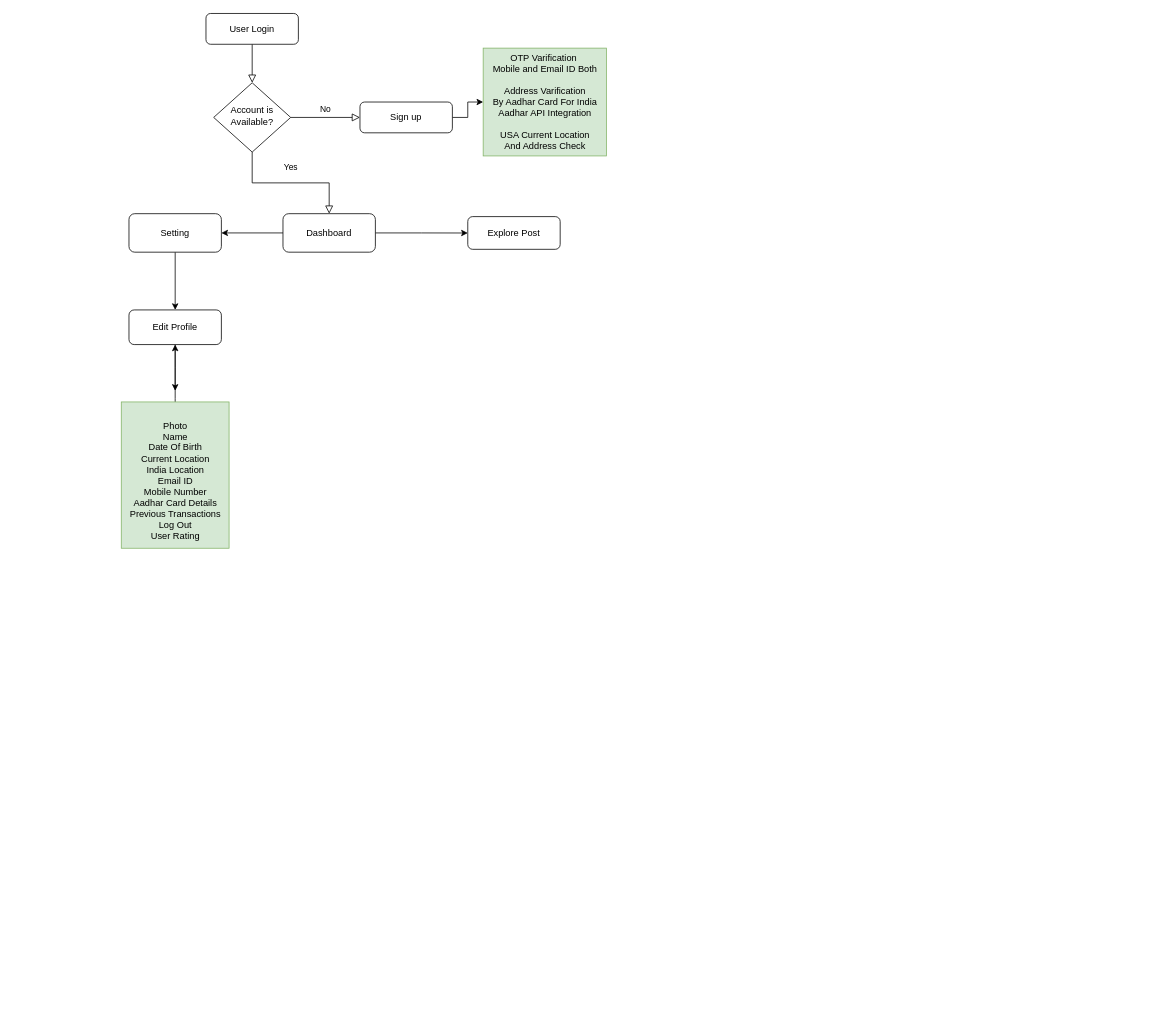
Earlier version of the draw.io diagram Untitled Diagram.drawio (rathod-dhruv/PakcagesForUnityMadeByMe). Source tidied: cells renumbered, new cells numbered last; positions are measured from the earlier drawing's top-left corner, leaving out a move shared by most shapes. Both pictures are drawn from the tidied source at 77%, with x=0, y=0 at pixel (121, 13).
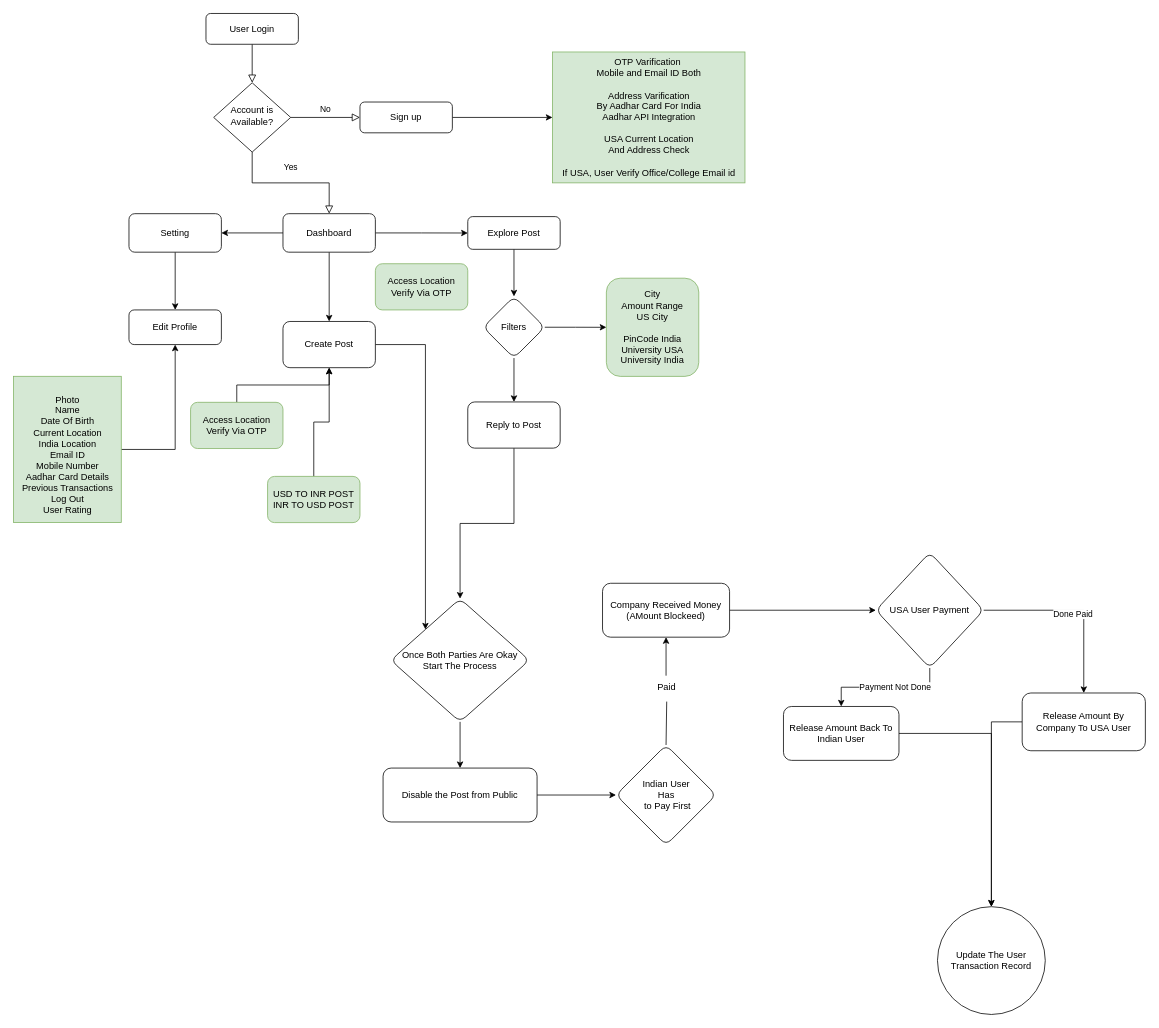
The same page after the edit.

The change refers to these unchanged cells:
```xml
<mxCell id="11" value="Dashboard" style="rounded=1;whiteSpace=wrap;html=1;" parent="1" vertex="1">
  <mxGeometry x="210" y="260" width="120" height="50" as="geometry" />
</mxCell>
<mxCell id="12" value="Explore Post" style="whiteSpace=wrap;html=1;rounded=1;" parent="1" vertex="1">
  <mxGeometry x="450" y="263.8" width="120" height="42.5" as="geometry" />
</mxCell>
<mxCell id="16" value="Edit Profile" style="whiteSpace=wrap;html=1;rounded=1;" parent="1" vertex="1">
  <mxGeometry x="10" y="385" width="120" height="45" as="geometry" />
</mxCell>
```

Change to the diagram source:
```diff
@@
+    <mxCell id="20" style="edgeStyle=orthogonalEdgeStyle;rounded=0;jettySize=auto;html=1;" parent="1" edge="1" source="11" target="27">
+      <mxGeometry relative="1" as="geometry" />
+    </mxCell>
@@
+    <mxCell id="21" style="edgeStyle=orthogonalEdgeStyle;rounded=0;jettySize=auto;html=1;" parent="1" edge="1" source="12" target="24">
+      <mxGeometry relative="1" as="geometry" />
+    </mxCell>
@@
-    <mxCell id="15" style="edgeStyle=orthogonalEdgeStyle;rounded=0;jettySize=auto;html=1;exitX=0.5;exitY=1;exitDx=0;exitDy=0;entryX=0.5;entryY=0;entryDx=0;entryDy=0;" parent="1" edge="1" source="16">
-      <mxGeometry relative="1" as="geometry">
-        <mxPoint x="70" y="490" as="targetPoint" />
-      </mxGeometry>
-    </mxCell>
@@
-    <mxCell id="17" style="edgeStyle=orthogonalEdgeStyle;rounded=0;jettySize=auto;html=1;" parent="1" edge="1" source="18" target="16">
-      <mxGeometry relative="1" as="geometry">
-        <Array as="points">
-          <mxPoint x="70" y="500" />
-          <mxPoint x="70" y="500" />
-        </Array>
-      </mxGeometry>
+    <mxCell id="17" style="edgeStyle=orthogonalEdgeStyle;rounded=0;jettySize=auto;html=1;entryX=0.5;entryY=1;entryDx=0;entryDy=0;" parent="1" edge="1" source="18" target="16">
+      <mxGeometry relative="1" as="geometry" />
     </mxCell>
     <mxCell id="18" value="&lt;br&gt;Photo&lt;br&gt;Name&lt;br&gt;Date Of Birth&lt;br&gt;Current Location&lt;br&gt;India Location&lt;br&gt;Email ID&lt;br&gt;Mobile Number&lt;br&gt;Aadhar Card Details&lt;br&gt;Previous Transactions&lt;br&gt;Log Out&lt;br&gt;User Rating" style="text;html=1;align=center;verticalAlign=middle;points=[];strokeColor=#82b366;fillColor=#d5e8d4;" parent="1" vertex="1">
-      <mxGeometry y="504.5" width="140" height="190" as="geometry" />
+      <mxGeometry x="-140" y="471.2" width="140" height="190" as="geometry" />
     </mxCell>
-    <mxCell id="19" value="OTP Varification&amp;nbsp;&lt;br&gt;Mobile and Email ID Both&lt;br&gt;&lt;br&gt;Address Varification&lt;br&gt;By Aadhar Card For India&lt;br&gt;Aadhar API Integration&lt;br&gt;&lt;br&gt;USA Current Location &lt;br&gt;And Address Check" style="text;html=1;align=center;verticalAlign=middle;points=[];strokeColor=#82b366;fillColor=#d5e8d4;" parent="1" vertex="1">
-      <mxGeometry x="470" y="45" width="160" height="140" as="geometry" />
+    <mxCell id="19" value="OTP Varification&amp;nbsp;&lt;br&gt;Mobile and Email ID Both&lt;br&gt;&lt;br&gt;Address Varification&lt;br&gt;By Aadhar Card For India&lt;br&gt;Aadhar API Integration&lt;br&gt;&lt;br&gt;USA Current Location &lt;br&gt;And Address Check&lt;br&gt;&lt;br&gt;If USA, User Verify Office/College Email id" style="text;html=1;align=center;verticalAlign=middle;points=[];strokeColor=#82b366;fillColor=#d5e8d4;" parent="1" vertex="1">
+      <mxGeometry x="560" y="50" width="250" height="170" as="geometry" />
     </mxCell>
+    <mxCell id="22" style="edgeStyle=orthogonalEdgeStyle;rounded=0;jettySize=auto;html=1;" parent="1" edge="1" source="24" target="25">
+      <mxGeometry relative="1" as="geometry" />
+    </mxCell>
+    <mxCell id="23" style="edgeStyle=orthogonalEdgeStyle;rounded=0;jettySize=auto;html=1;" parent="1" edge="1" source="24" target="31">
+      <mxGeometry relative="1" as="geometry" />
+    </mxCell>
+    <mxCell id="24" value="Filters" style="rhombus;whiteSpace=wrap;html=1;rounded=1;" parent="1" vertex="1">
+      <mxGeometry x="470" y="367.5" width="80" height="80" as="geometry" />
+    </mxCell>
+    <mxCell id="25" value="City&lt;br&gt;Amount Range&lt;br&gt;US City&lt;br&gt;&lt;br&gt;PinCode India&lt;br&gt;University USA&lt;br&gt;University India" style="whiteSpace=wrap;html=1;rounded=1;fillColor=#d5e8d4;strokeColor=#82b366;" parent="1" vertex="1">
+      <mxGeometry x="630" y="343.8" width="120" height="127.5" as="geometry" />
+    </mxCell>
+    <mxCell id="26" style="edgeStyle=orthogonalEdgeStyle;rounded=0;jettySize=auto;html=1;exitX=1;exitY=0.5;exitDx=0;exitDy=0;entryX=0;entryY=0;entryDx=0;entryDy=0;" parent="1" edge="1" source="27" target="34">
+      <mxGeometry relative="1" as="geometry" />
+    </mxCell>
+    <mxCell id="27" value="Create Post" style="whiteSpace=wrap;html=1;rounded=1;" parent="1" vertex="1">
+      <mxGeometry x="210" y="400" width="120" height="60" as="geometry" />
+    </mxCell>
+    <mxCell id="28" style="edgeStyle=orthogonalEdgeStyle;rounded=0;jettySize=auto;html=1;exitX=0.5;exitY=0;exitDx=0;exitDy=0;entryX=0.5;entryY=1;entryDx=0;entryDy=0;" parent="1" edge="1" source="29" target="27">
+      <mxGeometry relative="1" as="geometry" />
+    </mxCell>
+    <mxCell id="29" value="Access Location&lt;br&gt;Verify Via OTP" style="whiteSpace=wrap;html=1;rounded=1;fillColor=#d5e8d4;strokeColor=#82b366;" parent="1" vertex="1">
+      <mxGeometry x="90" y="505" width="120" height="60" as="geometry" />
+    </mxCell>
+    <mxCell id="30" style="edgeStyle=orthogonalEdgeStyle;rounded=0;jettySize=auto;html=1;" parent="1" edge="1" source="31" target="34">
+      <mxGeometry relative="1" as="geometry" />
+    </mxCell>
+    <mxCell id="31" value="Reply to Post" style="whiteSpace=wrap;html=1;rounded=1;" parent="1" vertex="1">
+      <mxGeometry x="450" y="504.5" width="120" height="60" as="geometry" />
+    </mxCell>
+    <mxCell id="32" style="edgeStyle=orthogonalEdgeStyle;rounded=0;orthogonalLoop=1;jettySize=auto;html=1;exitX=0.5;exitY=1;exitDx=0;exitDy=0;" parent="1" edge="1" source="31" target="31">
+      <mxGeometry relative="1" as="geometry" />
+    </mxCell>
+    <mxCell id="33" style="edgeStyle=orthogonalEdgeStyle;rounded=0;jettySize=auto;html=1;" parent="1" edge="1" source="34" target="36">
+      <mxGeometry relative="1" as="geometry" />
+    </mxCell>
+    <mxCell id="34" value="Once Both Parties Are Okay&lt;br&gt;Start The Process" style="rhombus;whiteSpace=wrap;html=1;rounded=1;" parent="1" vertex="1">
+      <mxGeometry x="350" y="760" width="180" height="160" as="geometry" />
+    </mxCell>
+    <mxCell id="35" style="edgeStyle=orthogonalEdgeStyle;rounded=0;jettySize=auto;html=1;" parent="1" edge="1" source="36" target="37">
+      <mxGeometry relative="1" as="geometry" />
+    </mxCell>
+    <mxCell id="36" value="Disable the Post from Public" style="whiteSpace=wrap;html=1;rounded=1;" parent="1" vertex="1">
+      <mxGeometry x="340" y="980" width="200" height="70" as="geometry" />
+    </mxCell>
+    <mxCell id="37" value="Indian User &lt;br&gt;Has&lt;br&gt;&amp;nbsp;to Pay First" style="rhombus;whiteSpace=wrap;html=1;rounded=1;" parent="1" vertex="1">
+      <mxGeometry x="642.5" y="950" width="130" height="130" as="geometry" />
+    </mxCell>
+    <mxCell id="38" style="edgeStyle=orthogonalEdgeStyle;rounded=0;jettySize=auto;html=1;entryX=0.5;entryY=1;entryDx=0;entryDy=0;" parent="1" edge="1" source="39" target="41">
+      <mxGeometry relative="1" as="geometry" />
+    </mxCell>
+    <mxCell id="39" value="Paid" style="text;html=1;align=center;verticalAlign=middle;points=[];strokeColor=none;fillColor=none;" parent="1" vertex="1">
+      <mxGeometry x="682.5" y="860" width="50" height="30" as="geometry" />
+    </mxCell>
+    <mxCell id="40" style="edgeStyle=orthogonalEdgeStyle;rounded=0;jettySize=auto;html=1;" parent="1" edge="1" source="41" target="47">
+      <mxGeometry relative="1" as="geometry" />
+    </mxCell>
+    <mxCell id="41" value="Company Received Money (AMount Blockeed)" style="rounded=1;whiteSpace=wrap;html=1;" parent="1" vertex="1">
+      <mxGeometry x="625" y="740" width="165" height="70" as="geometry" />
+    </mxCell>
+    <mxCell id="42" style="endArrow=none;html=1;rounded=0;entryX=0.517;entryY=1.122;entryDx=0;entryDy=0;entryPerimeter=0;exitX=0.5;exitY=0;exitDx=0;exitDy=0;" parent="1" edge="1" source="37" target="39">
+      <mxGeometry relative="1" as="geometry" />
+    </mxCell>
+    <mxCell id="43" style="edgeStyle=orthogonalEdgeStyle;rounded=0;jettySize=auto;html=1;" parent="1" edge="1" source="47" target="49">
+      <mxGeometry relative="1" as="geometry" />
+    </mxCell>
+    <mxCell id="44" value="Done Paid" style="edgeLabel;html=1;align=center;verticalAlign=middle;" parent="43" vertex="1">
+      <mxGeometry x="-0.03" y="-4" relative="1" as="geometry" />
+    </mxCell>
+    <mxCell id="45" style="edgeStyle=orthogonalEdgeStyle;rounded=0;jettySize=auto;html=1;" parent="1" edge="1" source="47" target="51">
+      <mxGeometry relative="1" as="geometry" />
+    </mxCell>
+    <mxCell id="46" value="Payment Not Done" style="edgeLabel;html=1;align=center;verticalAlign=middle;" parent="45" vertex="1">
+      <mxGeometry x="-0.14" y="-1" relative="1" as="geometry" />
+    </mxCell>
+    <mxCell id="47" value="USA User Payment" style="rhombus;whiteSpace=wrap;html=1;rounded=1;" parent="1" vertex="1">
+      <mxGeometry x="980" y="700" width="140" height="150" as="geometry" />
+    </mxCell>
+    <mxCell id="48" style="edgeStyle=orthogonalEdgeStyle;rounded=0;jettySize=auto;html=1;exitX=0;exitY=0.5;exitDx=0;exitDy=0;entryX=0.5;entryY=0;entryDx=0;entryDy=0;" parent="1" edge="1" source="49" target="52">
+      <mxGeometry relative="1" as="geometry" />
+    </mxCell>
+    <mxCell id="49" value="Release Amount By Company To USA User" style="rounded=1;whiteSpace=wrap;html=1;" parent="1" vertex="1">
+      <mxGeometry x="1170" y="882.5" width="160" height="75" as="geometry" />
+    </mxCell>
+    <mxCell id="50" style="edgeStyle=orthogonalEdgeStyle;rounded=0;jettySize=auto;html=1;" parent="1" edge="1" source="51" target="52">
+      <mxGeometry relative="1" as="geometry" />
+    </mxCell>
+    <mxCell id="51" value="Release Amount Back To Indian User" style="whiteSpace=wrap;html=1;rounded=1;" parent="1" vertex="1">
+      <mxGeometry x="860" y="900" width="150" height="70" as="geometry" />
+    </mxCell>
+    <mxCell id="52" value="Update The User Transaction Record" style="ellipse;whiteSpace=wrap;html=1;rounded=1;" parent="1" vertex="1">
+      <mxGeometry x="1060" y="1160" width="140" height="140" as="geometry" />
+    </mxCell>
+    <mxCell id="53" value="Access Location&lt;br&gt;Verify Via OTP" style="whiteSpace=wrap;html=1;rounded=1;fillColor=#d5e8d4;strokeColor=#82b366;" parent="1" vertex="1">
+      <mxGeometry x="330" y="325" width="120" height="60" as="geometry" />
+    </mxCell>
+    <mxCell id="54" style="edgeStyle=orthogonalEdgeStyle;rounded=0;jettySize=auto;html=1;exitX=0.5;exitY=0;exitDx=0;exitDy=0;entryX=0.5;entryY=1;entryDx=0;entryDy=0;" parent="1" edge="1" source="55" target="27">
+      <mxGeometry relative="1" as="geometry" />
+    </mxCell>
+    <mxCell id="55" value="USD TO INR POST&lt;br&gt;INR TO USD POST" style="whiteSpace=wrap;html=1;rounded=1;fillColor=#d5e8d4;strokeColor=#82b366;" parent="1" vertex="1">
+      <mxGeometry x="190" y="601.2" width="120" height="60" as="geometry" />
+    </mxCell>
```
